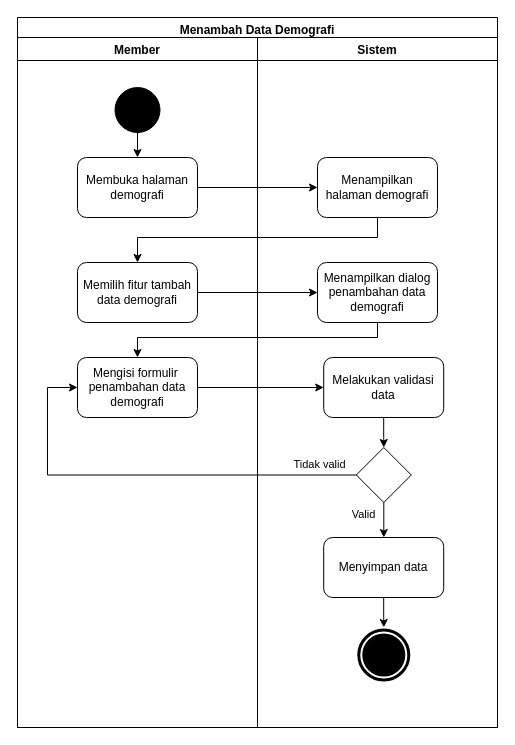
The draw.io diagram Diagram/Activity Diagram/9. menambah data demografi.drawio in techie-jhs/thesis, before the edit. Source tidied: cells renumbered, new cells numbered last; positions are measured from the earlier drawing's top-left corner, leaving out a move shared by most shapes. Both pictures are drawn from the tidied source at 100%, with x=0, y=0 at pixel (17, 17).
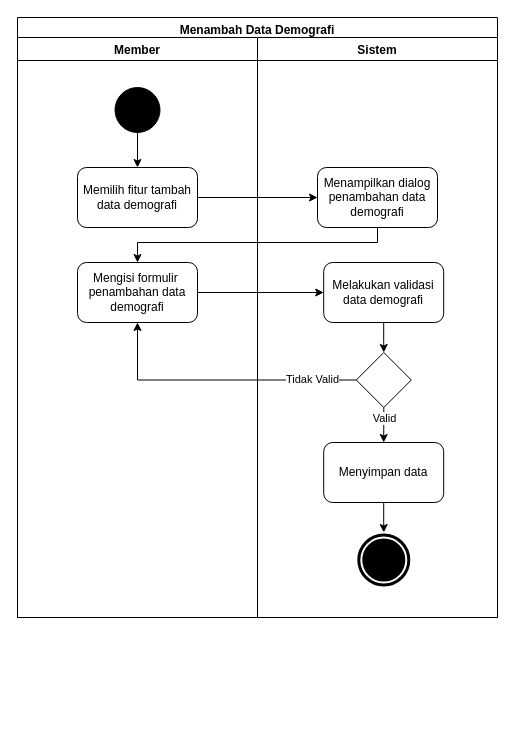
The same diagram, later.

The change refers to these unchanged cells:
```xml
<mxCell id="5" style="ellipse;whiteSpace=wrap;html=1;fillColor=#000000;" parent="3" vertex="1">
  <mxGeometry x="97.5" y="50" width="45" height="45" as="geometry" />
</mxCell>
```

Diff of the diagram source:
```diff
@@
     <mxCell id="2" value="Menambah Data Demografi" style="swimlane;fillColor=none;" parent="1" vertex="1">
-      <mxGeometry width="480" height="710" as="geometry" />
+      <mxGeometry width="480" height="600" as="geometry" />
     </mxCell>
     <mxCell id="3" value="Member" style="swimlane;" parent="2" vertex="1">
-      <mxGeometry y="20" width="240" height="690" as="geometry" />
+      <mxGeometry y="20" width="240" height="580" as="geometry" />
     </mxCell>
-    <mxCell id="4" style="edgeStyle=orthogonalEdgeStyle;rounded=0;jettySize=auto;html=1;" parent="3" edge="1" source="5" target="6">
-      <mxGeometry relative="1" as="geometry" />
-    </mxCell>
+    <mxCell id="26" style="edgeStyle=orthogonalEdgeStyle;rounded=0;jettySize=auto;html=1;" parent="3" edge="1" source="5" target="7">
+      <mxGeometry relative="1" as="geometry" />
+    </mxCell>
@@
-    <mxCell id="6" value="Membuka halaman demografi" style="rounded=1;whiteSpace=wrap;html=1;fillColor=none;" parent="3" vertex="1">
-      <mxGeometry x="60" y="120" width="120" height="60" as="geometry" />
-    </mxCell>
     <mxCell id="7" value="Memilih fitur tambah data demografi" style="rounded=1;whiteSpace=wrap;html=1;fillColor=none;" parent="3" vertex="1">
-      <mxGeometry x="60" y="225" width="120" height="60" as="geometry" />
+      <mxGeometry x="60" y="130" width="120" height="60" as="geometry" />
     </mxCell>
     <mxCell id="8" value="Sistem" style="swimlane;" parent="2" vertex="1">
-      <mxGeometry x="240" y="20" width="240" height="690" as="geometry" />
+      <mxGeometry x="240" y="20" width="240" height="580" as="geometry" />
     </mxCell>
-    <mxCell id="9" value="Menampilkan halaman demografi" style="rounded=1;whiteSpace=wrap;html=1;fillColor=none;" parent="8" vertex="1">
-      <mxGeometry x="60" y="120" width="120" height="60" as="geometry" />
-    </mxCell>
     <mxCell id="10" style="edgeStyle=orthogonalEdgeStyle;rounded=0;jettySize=auto;html=1;" parent="8" edge="1" source="11" target="13">
       <mxGeometry relative="1" as="geometry">
         <Array as="points">
-          <mxPoint x="120" y="300" />
-          <mxPoint x="-120" y="300" />
+          <mxPoint x="120" y="205" />
+          <mxPoint x="-120" y="205" />
         </Array>
       </mxGeometry>
     </mxCell>
     <mxCell id="11" value="Menampilkan dialog penambahan data demografi" style="rounded=1;whiteSpace=wrap;html=1;fillColor=none;" parent="8" vertex="1">
-      <mxGeometry x="60" y="225" width="120" height="60" as="geometry" />
+      <mxGeometry x="60" y="130" width="120" height="60" as="geometry" />
     </mxCell>
@@
     <mxCell id="13" value="&lt;span&gt;Mengisi formulir&amp;nbsp; penambahan data demografi&lt;/span&gt;" style="rounded=1;whiteSpace=wrap;html=1;fillColor=none;" parent="8" vertex="1">
-      <mxGeometry x="-180" y="320" width="120" height="60" as="geometry" />
+      <mxGeometry x="-180" y="225" width="120" height="60" as="geometry" />
     </mxCell>
-    <mxCell id="14" value="Melakukan validasi data" style="rounded=1;whiteSpace=wrap;html=1;fillColor=none;" parent="8" vertex="1">
-      <mxGeometry x="66.2" y="320" width="120" height="60" as="geometry" />
+    <mxCell id="14" value="Melakukan validasi data demografi" style="rounded=1;whiteSpace=wrap;html=1;fillColor=none;" parent="8" vertex="1">
+      <mxGeometry x="66.2" y="225" width="120" height="60" as="geometry" />
     </mxCell>
+    <mxCell id="20" style="edgeStyle=orthogonalEdgeStyle;rounded=0;jettySize=auto;html=1;entryX=0.5;entryY=1;entryDx=0;entryDy=0;" parent="8" edge="1" source="16" target="13">
+      <mxGeometry relative="1" as="geometry" />
+    </mxCell>
+    <mxCell id="27" value="Tidak Valid" style="edgeLabel;html=1;align=center;verticalAlign=middle;" parent="20" vertex="1">
+      <mxGeometry x="-0.57" y="-1" relative="1" as="geometry">
+        <mxPoint x="15" as="offset" />
+      </mxGeometry>
+    </mxCell>
+    <mxCell id="28" style="edgeStyle=orthogonalEdgeStyle;rounded=0;jettySize=auto;html=1;entryX=0.5;entryY=0;entryDx=0;entryDy=0;" parent="8" edge="1" source="16" target="18">
+      <mxGeometry relative="1" as="geometry">
+        <Array as="points">
+          <mxPoint x="126" y="380" />
+          <mxPoint x="126" y="380" />
+        </Array>
+      </mxGeometry>
+    </mxCell>
-    <mxCell id="15" value="Valid" style="edgeStyle=orthogonalEdgeStyle;rounded=0;orthogonalLoop=1;jettySize=auto;html=1;" parent="8" edge="1">
-      <mxGeometry x="-0.33" y="-20" relative="1" as="geometry">
-        <mxPoint x="126.3" y="464.9" as="sourcePoint" />
-        <mxPoint x="126.3" y="500" as="targetPoint" />
+    <mxCell id="15" value="Valid" style="edgeLabel;html=1;align=center;verticalAlign=middle;" parent="28" vertex="1">
+      <mxGeometry x="-0.65" relative="1" as="geometry">
+        <mxPoint y="4" as="offset" />
       </mxGeometry>
     </mxCell>
     <mxCell id="16" style="rhombus;whiteSpace=wrap;html=1;fillColor=none;" parent="8" vertex="1">
-      <mxGeometry x="98.8" y="410" width="55" height="55" as="geometry" />
+      <mxGeometry x="98.8" y="315" width="55" height="55" as="geometry" />
     </mxCell>
@@
     <mxCell id="18" value="Menyimpan data" style="rounded=1;whiteSpace=wrap;html=1;fillColor=none;" parent="8" vertex="1">
-      <mxGeometry x="66.2" y="500" width="120" height="60" as="geometry" />
+      <mxGeometry x="66.2" y="405" width="120" height="60" as="geometry" />
     </mxCell>
@@
-    <mxCell id="20" style="edgeStyle=orthogonalEdgeStyle;rounded=0;jettySize=auto;html=1;entryX=0;entryY=0.5;entryDx=0;entryDy=0;exitX=0;exitY=0.5;exitDx=0;exitDy=0;" parent="8" edge="1" source="16" target="13">
-      <mxGeometry relative="1" as="geometry">
-        <Array as="points">
-          <mxPoint x="-210" y="438" />
-          <mxPoint x="-210" y="350" />
-        </Array>
-      </mxGeometry>
-    </mxCell>
-    <mxCell id="21" value="Tidak valid" style="edgeLabel;html=1;align=center;verticalAlign=middle;" parent="20" vertex="1">
-      <mxGeometry x="-0.82" y="-2" relative="1" as="geometry">
-        <mxPoint x="1" y="-9" as="offset" />
-      </mxGeometry>
-    </mxCell>
     <mxCell id="22" style="ellipse;shape=doubleEllipse;whiteSpace=wrap;html=1;fillColor=#000000;strokeColor=#FFFFFF;strokeWidth=2;" parent="8" vertex="1">
-      <mxGeometry x="98.8" y="590" width="55" height="55" as="geometry" />
+      <mxGeometry x="98.8" y="495" width="55" height="55" as="geometry" />
     </mxCell>
-    <mxCell id="23" style="edgeStyle=orthogonalEdgeStyle;rounded=0;jettySize=auto;html=1;" parent="2" edge="1" source="6" target="9">
-      <mxGeometry relative="1" as="geometry" />
-    </mxCell>
-    <mxCell id="24" style="edgeStyle=orthogonalEdgeStyle;rounded=0;jettySize=auto;html=1;" parent="2" edge="1" source="9" target="7">
-      <mxGeometry relative="1" as="geometry">
-        <Array as="points">
-          <mxPoint x="360" y="220" />
-          <mxPoint x="120" y="220" />
-        </Array>
-      </mxGeometry>
-    </mxCell>
```
